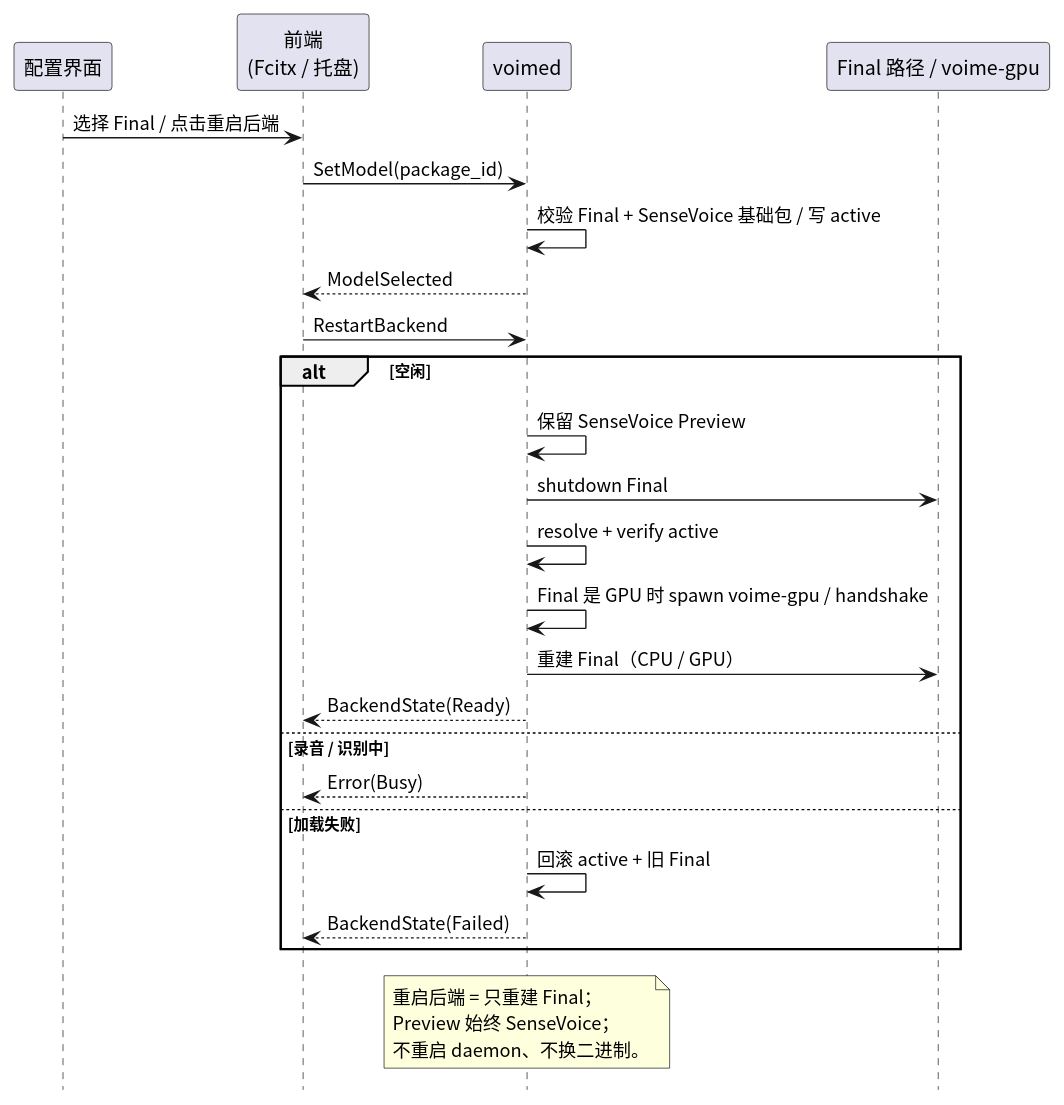
Earlier version of the PlantUML export crates/voimed/diagram/backend-restart.svg (54m43lJ/voime).
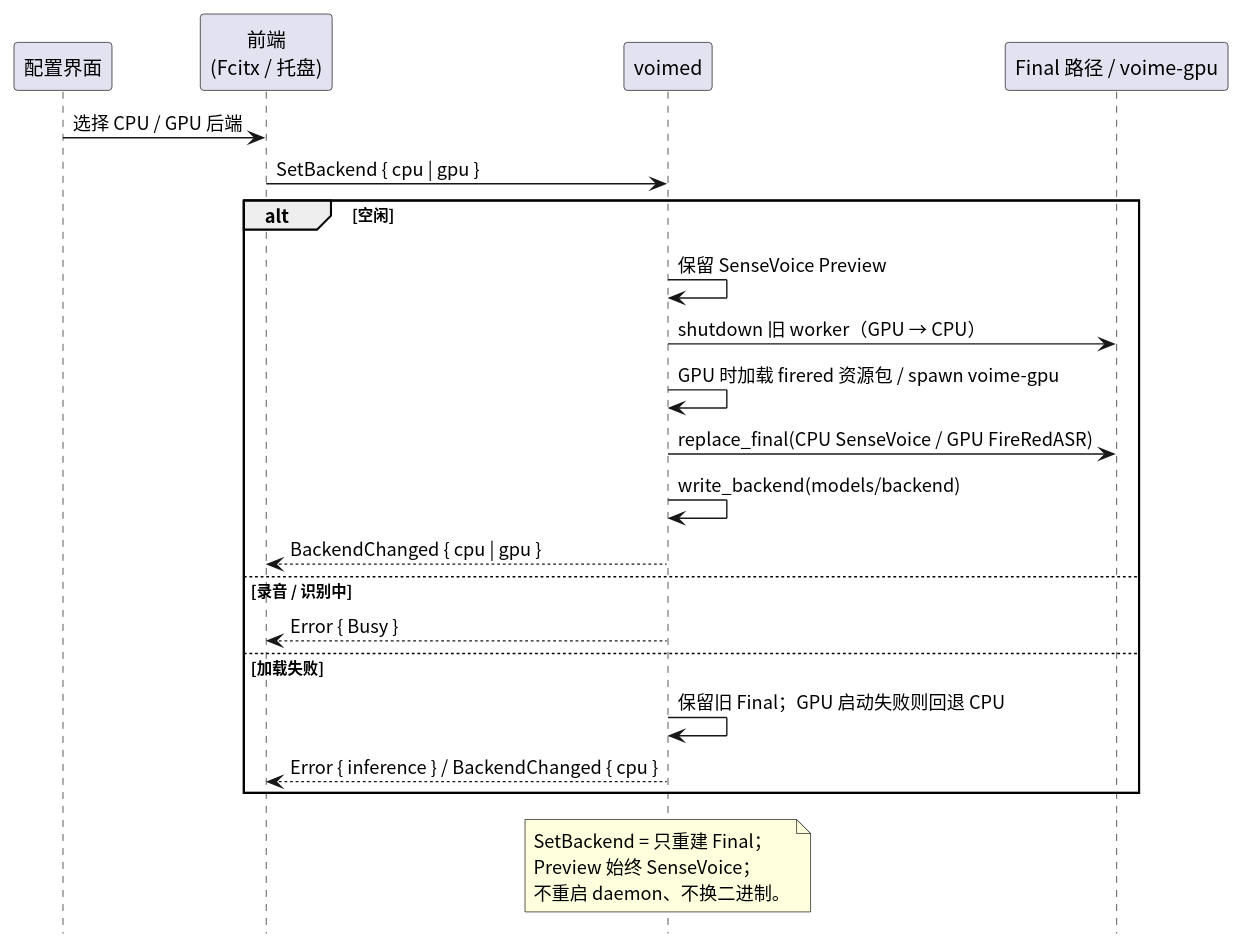
Above is the later version.

The edit, as a diff of the source:
```diff
@@ -8,26 +8,23 @@
 participant "voimed" as Daemon
 participant "Final 路径 / voime-gpu" as Pipeline
 
-UI -> Frontend : 选择 Final / 点击重启后端
-Frontend -> Daemon : SetModel(package_id)
-Daemon -> Daemon : 校验 Final + SenseVoice 基础包 / 写 active
-Daemon --> Frontend : ModelSelected
-Frontend -> Daemon : RestartBackend
+UI -> Frontend : 选择 CPU / GPU 后端
+Frontend -> Daemon : SetBackend { cpu | gpu }
 alt 空闲
   Daemon -> Daemon : 保留 SenseVoice Preview
-  Daemon -> Pipeline : shutdown Final
-  Daemon -> Daemon : resolve + verify active
-  Daemon -> Daemon : Final 是 GPU 时 spawn voime-gpu / handshake
-  Daemon -> Pipeline : 重建 Final（CPU / GPU）
-  Daemon --> Frontend : BackendState(Ready)
+  Daemon -> Pipeline : shutdown 旧 worker（GPU → CPU）
+  Daemon -> Daemon : GPU 时加载 firered 资源包 / spawn voime-gpu
+  Daemon -> Pipeline : replace_final(CPU SenseVoice / GPU FireRedASR)
+  Daemon -> Daemon : write_backend(models/backend)
+  Daemon --> Frontend : BackendChanged { cpu | gpu }
 else 录音 / 识别中
-  Daemon --> Frontend : Error(Busy)
+  Daemon --> Frontend : Error { Busy }
 else 加载失败
-  Daemon -> Daemon : 回滚 active + 旧 Final
-  Daemon --> Frontend : BackendState(Failed)
+  Daemon -> Daemon : 保留旧 Final；GPU 启动失败则回退 CPU
+  Daemon --> Frontend : Error { inference } / BackendChanged { cpu }
 end
 note over Daemon
-  重启后端 = 只重建 Final；
+  SetBackend = 只重建 Final；
   Preview 始终 SenseVoice；
   不重启 daemon、不换二进制。
 end note
```
